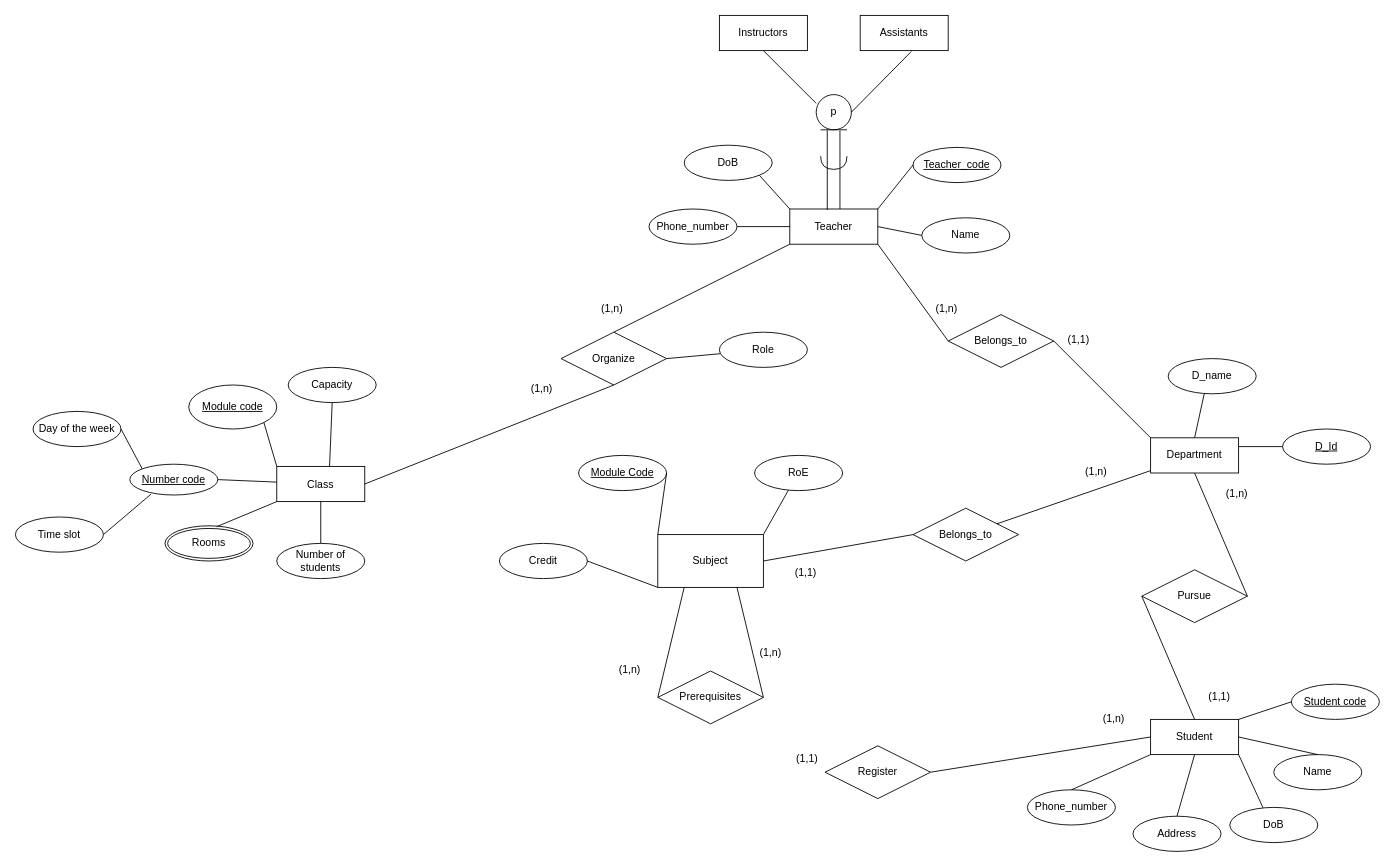
The draw.io diagram Finale.drawio in S0ra1n0/Database-learning, before the edit. Source tidied: cells renumbered, new cells numbered last; positions are measured from the earlier drawing's top-left corner, leaving out a move shared by most shapes. Both pictures are drawn from the tidied source at 88%, with x=0, y=0 at pixel (15, 15).
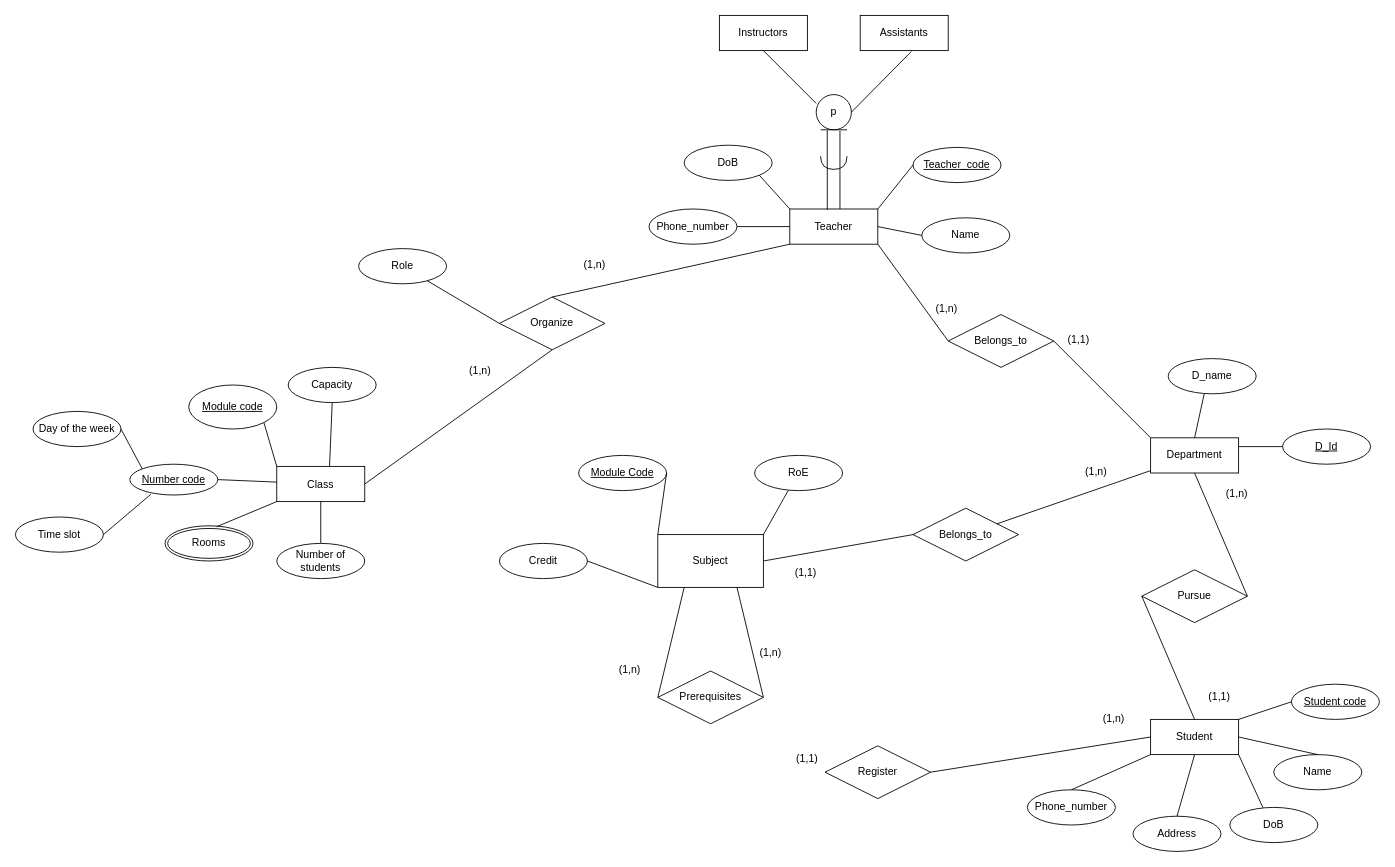
The same page after the edit.

Commit message:
Cập nhật Finale.drawio

What changed in the source:
```diff
@@
     <mxCell id="51" value="Organize" style="shape=rhombus;perimeter=rhombusPerimeter;whiteSpace=wrap;html=1;align=center;" parent="1" vertex="1">
-      <mxGeometry x="620" y="360" width="120" height="60" as="geometry" />
+      <mxGeometry x="550" y="320" width="120" height="60" as="geometry" />
     </mxCell>
@@
     <mxCell id="53" value="(1,n)" style="text;strokeColor=none;fillColor=none;spacingLeft=4;spacingRight=4;overflow=hidden;fontSize=12;whiteSpace=wrap;html=1;" parent="1" vertex="1">
-      <mxGeometry x="580" y="410" width="40" height="30" as="geometry" />
+      <mxGeometry x="510" y="390" width="40" height="30" as="geometry" />
     </mxCell>
@@
     <mxCell id="78" value="(1,n)" style="text;strokeColor=none;fillColor=none;spacingLeft=4;spacingRight=4;overflow=hidden;fontSize=12;whiteSpace=wrap;html=1;" parent="1" vertex="1">
-      <mxGeometry x="660" y="320" width="40" height="30" as="geometry" />
+      <mxGeometry x="640" y="270" width="40" height="30" as="geometry" />
     </mxCell>
-    <mxCell id="79" style="endArrow=none;html=1;rounded=0;exitX=1;exitY=0.5;exitDx=0;exitDy=0;" parent="1" edge="1" source="51" target="80">
+    <mxCell id="79" style="endArrow=none;html=1;rounded=0;exitX=0;exitY=0.5;exitDx=0;exitDy=0;" parent="1" edge="1" source="51" target="80">
       <mxGeometry relative="1" as="geometry" />
     </mxCell>
     <mxCell id="80" value="Role" style="ellipse;whiteSpace=wrap;html=1;align=center;" parent="1" vertex="1">
-      <mxGeometry x="800" y="360" width="100" height="40" as="geometry" />
+      <mxGeometry x="390" y="265" width="100" height="40" as="geometry" />
     </mxCell>
```
